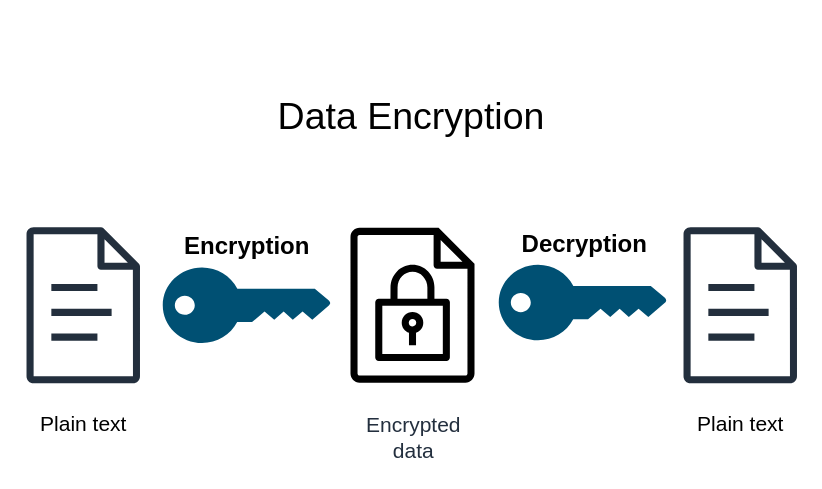
The draw.io diagram encrypt_decrypt.drawio in ippapi/diagram, before the edit. Source tidied: cells renumbered, new cells numbered last; positions are measured from the earlier drawing's top-left corner, leaving out a move shared by most shapes. Both pictures are drawn from the tidied source at 150%, with x=0, y=0 at pixel (26, 26).
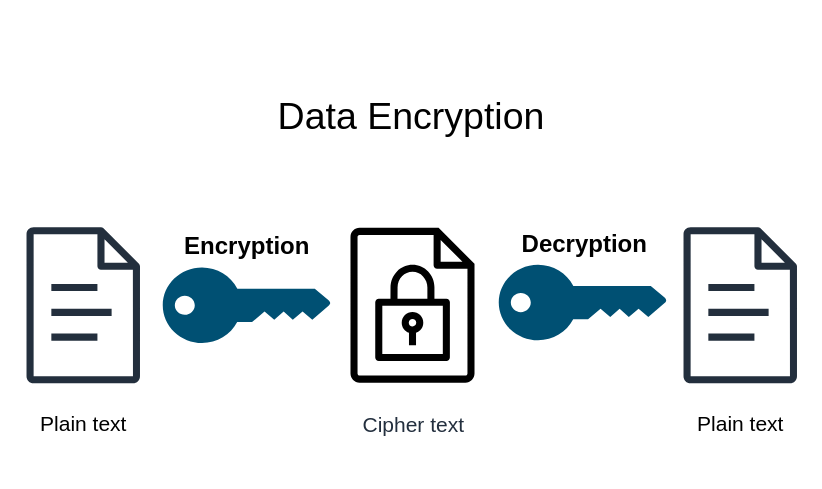
The same diagram, later.

The edit, as a diff of the source:
```diff
@@
 <mxGraphModel>
   <root>
     <mxCell id="0" />
     <mxCell id="1" parent="0" />
     <mxCell id="2" style="sketch=0;fontColor=#232F3E;gradientColor=none;fillColor=#232F3D;strokeColor=none;dashed=0;verticalLabelPosition=bottom;verticalAlign=top;align=center;html=1;fontSize=12;fontStyle=0;shape=mxgraph.aws4.document;" parent="1" vertex="1">
       <mxGeometry y="134" width="76" height="104" as="geometry" />
     </mxCell>
     <mxCell id="3" value="&lt;font style=&quot;font-size: 14px;&quot;&gt;Plain text&lt;/font&gt;" style="whiteSpace=wrap;html=1;fillColor=none;strokeColor=none;" parent="1" vertex="1">
       <mxGeometry x="2.7" y="250.5" width="70.6" height="29" as="geometry" />
     </mxCell>
     <mxCell id="4" value="&lt;font style=&quot;font-size: 25px;&quot;&gt;Data Encryption&lt;/font&gt;" style="whiteSpace=wrap;html=1;fillColor=default;strokeColor=none;" parent="1" vertex="1">
       <mxGeometry x="76" width="362" height="118" as="geometry" />
     </mxCell>
     <mxCell id="5" style="verticalLabelPosition=bottom;sketch=0;html=1;verticalAlign=top;align=center;shape=mxgraph.cisco19.key;fillColor=#005073;strokeColor=none;" parent="1" vertex="1">
       <mxGeometry x="91" y="160.8" width="112" height="50.4" as="geometry" />
     </mxCell>
-    <mxCell id="6" value="&lt;font style=&quot;font-size: 14px;&quot;&gt;Encrypted&lt;br style=&quot;font-size: 14px;&quot;&gt;data&lt;/font&gt;" style="sketch=0;fontColor=#232F3E;gradientColor=none;strokeColor=none;fillColor=none;dashed=0;verticalLabelPosition=bottom;verticalAlign=top;align=center;html=1;fontSize=14;fontStyle=0;shape=mxgraph.aws4.resourceIcon;resIcon=mxgraph.aws4.encrypted_data;" parent="1" vertex="1">
+    <mxCell id="6" value="Cipher text&lt;div&gt;&lt;br&gt;&lt;/div&gt;" style="sketch=0;fontColor=#232F3E;gradientColor=none;strokeColor=none;fillColor=none;dashed=0;verticalLabelPosition=bottom;verticalAlign=top;align=center;html=1;fontSize=14;fontStyle=0;shape=mxgraph.aws4.resourceIcon;resIcon=mxgraph.aws4.encrypted_data;" parent="1" vertex="1">
       <mxGeometry x="193" y="121.5" width="129" height="129" as="geometry" />
     </mxCell>
     <mxCell id="7" style="sketch=0;fontColor=#232F3E;gradientColor=none;fillColor=#232F3D;strokeColor=none;dashed=0;verticalLabelPosition=bottom;verticalAlign=top;align=center;html=1;fontSize=12;fontStyle=0;shape=mxgraph.aws4.document;" parent="1" vertex="1">
       <mxGeometry x="438" y="134" width="76" height="104" as="geometry" />
     </mxCell>
     <mxCell id="8" style="verticalLabelPosition=bottom;sketch=0;html=1;verticalAlign=top;align=center;shape=mxgraph.cisco19.key;fillColor=#005073;strokeColor=none;" parent="1" vertex="1">
       <mxGeometry x="315" y="159" width="112" height="50.4" as="geometry" />
     </mxCell>
     <mxCell id="9" value="&lt;font style=&quot;font-size: 14px;&quot;&gt;Plain text&lt;/font&gt;" style="whiteSpace=wrap;html=1;fillColor=none;strokeColor=none;" parent="1" vertex="1">
       <mxGeometry x="440.7" y="250.5" width="70.6" height="29" as="geometry" />
     </mxCell>
     <mxCell id="10" value="&lt;font style=&quot;font-size: 16px;&quot;&gt;Encryption&lt;/font&gt;" style="text;html=1;align=center;verticalAlign=middle;strokeColor=none;fillColor=none;fontStyle=1;" parent="1" vertex="1">
       <mxGeometry x="100" y="130.8" width="94" height="31" as="geometry" />
     </mxCell>
     <mxCell id="11" value="&lt;font style=&quot;font-size: 16px;&quot;&gt;Decryption&lt;/font&gt;" style="text;html=1;align=center;verticalAlign=middle;strokeColor=none;fillColor=none;fontStyle=1;" parent="1" vertex="1">
       <mxGeometry x="325" y="129" width="94" height="31" as="geometry" />
     </mxCell>
   </root>
 </mxGraphModel>
```
